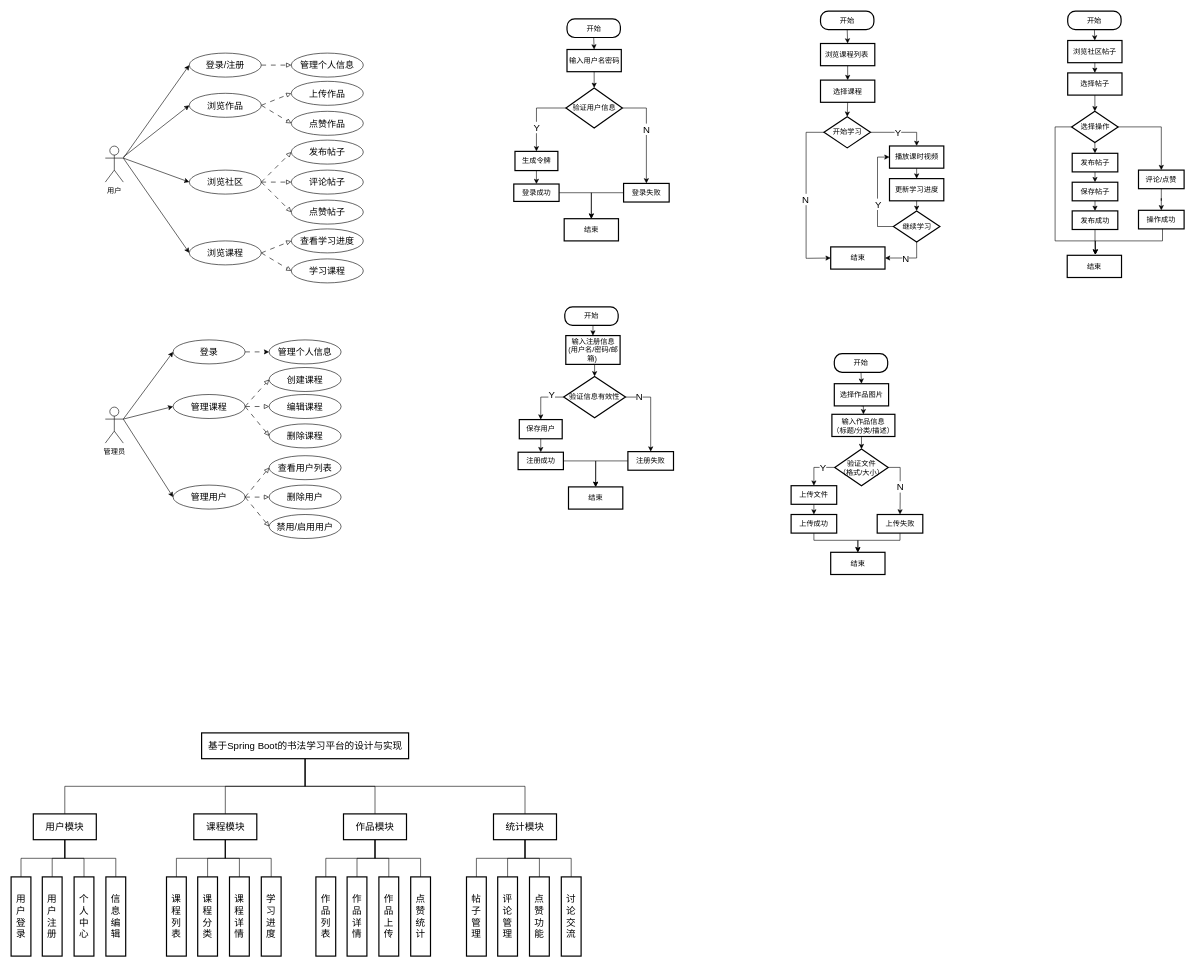
The draw.io diagram Untitled Diagram.drawio in tourbillon-e/remote-repo, before the edit. Source tidied: cells renumbered, new cells numbered last; positions are measured from the earlier drawing's top-left corner, leaving out a move shared by most shapes. Both pictures are drawn from the tidied source at 60%, with x=0, y=0 at pixel (11, 11).
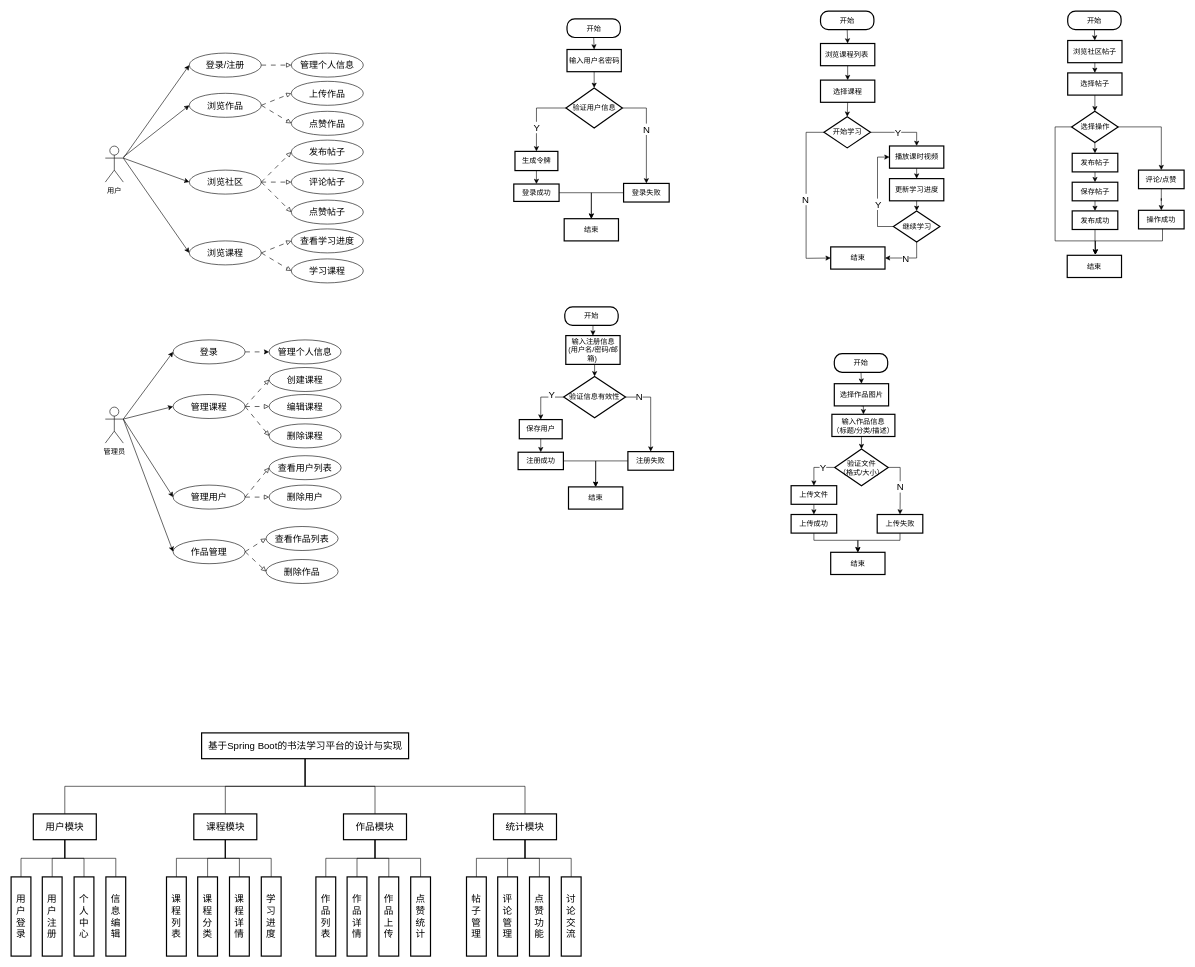
After the change.

Unchanged cells that the change refers to:
```xml
<mxCell id="30" value="管理员" style="shape=umlActor;verticalLabelPosition=bottom;verticalAlign=top;html=1;" parent="1" vertex="1">
  <mxGeometry x="157" y="660" width="30" height="60" as="geometry" />
</mxCell>
<mxCell id="36" value="&lt;font style=&quot;font-size: 15px;&quot;&gt;管理用户&lt;/font&gt;" style="ellipse;whiteSpace=wrap;html=1;" parent="1" vertex="1">
  <mxGeometry x="270" y="790" width="120" height="40" as="geometry" />
</mxCell>
```

Diff of the diagram source:
```diff
@@
-    <mxCell id="35" style="rounded=0;jettySize=auto;html=1;entryX=0;entryY=0.5;entryDx=0;entryDy=0;dashed=1;dashPattern=8 8;endArrow=block;endFill=0;exitX=1;exitY=0.5;exitDx=0;exitDy=0;" parent="1" edge="1" source="36" target="46">
-      <mxGeometry relative="1" as="geometry" />
-    </mxCell>
@@
-    <mxCell id="46" value="&lt;font style=&quot;font-size: 15px;&quot;&gt;禁用/启用用户&lt;/font&gt;" style="ellipse;whiteSpace=wrap;html=1;" parent="1" vertex="1">
-      <mxGeometry x="430" y="839" width="120" height="40" as="geometry" />
-    </mxCell>
@@
+    <mxCell id="181" value="&lt;span style=&quot;font-size: 15px;&quot;&gt;作品管理&lt;/span&gt;" style="ellipse;whiteSpace=wrap;html=1;" parent="1" vertex="1">
+      <mxGeometry x="270" y="881" width="120" height="40" as="geometry" />
+    </mxCell>
+    <mxCell id="182" value="&lt;font style=&quot;font-size: 15px;&quot;&gt;查看作品列表&lt;/font&gt;" style="ellipse;whiteSpace=wrap;html=1;" parent="1" vertex="1">
+      <mxGeometry x="425" y="859" width="120" height="40" as="geometry" />
+    </mxCell>
+    <mxCell id="183" value="&lt;font style=&quot;font-size: 15px;&quot;&gt;删除作品&lt;/font&gt;" style="ellipse;whiteSpace=wrap;html=1;" parent="1" vertex="1">
+      <mxGeometry x="425" y="914" width="120" height="40" as="geometry" />
+    </mxCell>
+    <mxCell id="184" style="rounded=0;jettySize=auto;html=1;entryX=0;entryY=0.5;entryDx=0;entryDy=0;dashed=1;dashPattern=8 8;endArrow=block;endFill=0;exitX=1;exitY=0.5;exitDx=0;exitDy=0;" parent="1" edge="1" source="181" target="182">
+      <mxGeometry relative="1" as="geometry" />
+    </mxCell>
+    <mxCell id="185" style="rounded=0;jettySize=auto;html=1;entryX=0;entryY=0.5;entryDx=0;entryDy=0;dashed=1;dashPattern=8 8;endArrow=block;endFill=0;exitX=1;exitY=0.5;exitDx=0;exitDy=0;" parent="1" edge="1" source="181" target="183">
+      <mxGeometry relative="1" as="geometry" />
+    </mxCell>
+    <mxCell id="186" style="rounded=0;jettySize=auto;html=1;entryX=0;entryY=0.5;entryDx=0;entryDy=0;exitX=1;exitY=0.3333333333333333;exitDx=0;exitDy=0;exitPerimeter=0;" parent="1" edge="1" source="30" target="181">
+      <mxGeometry relative="1" as="geometry" />
+    </mxCell>
```
